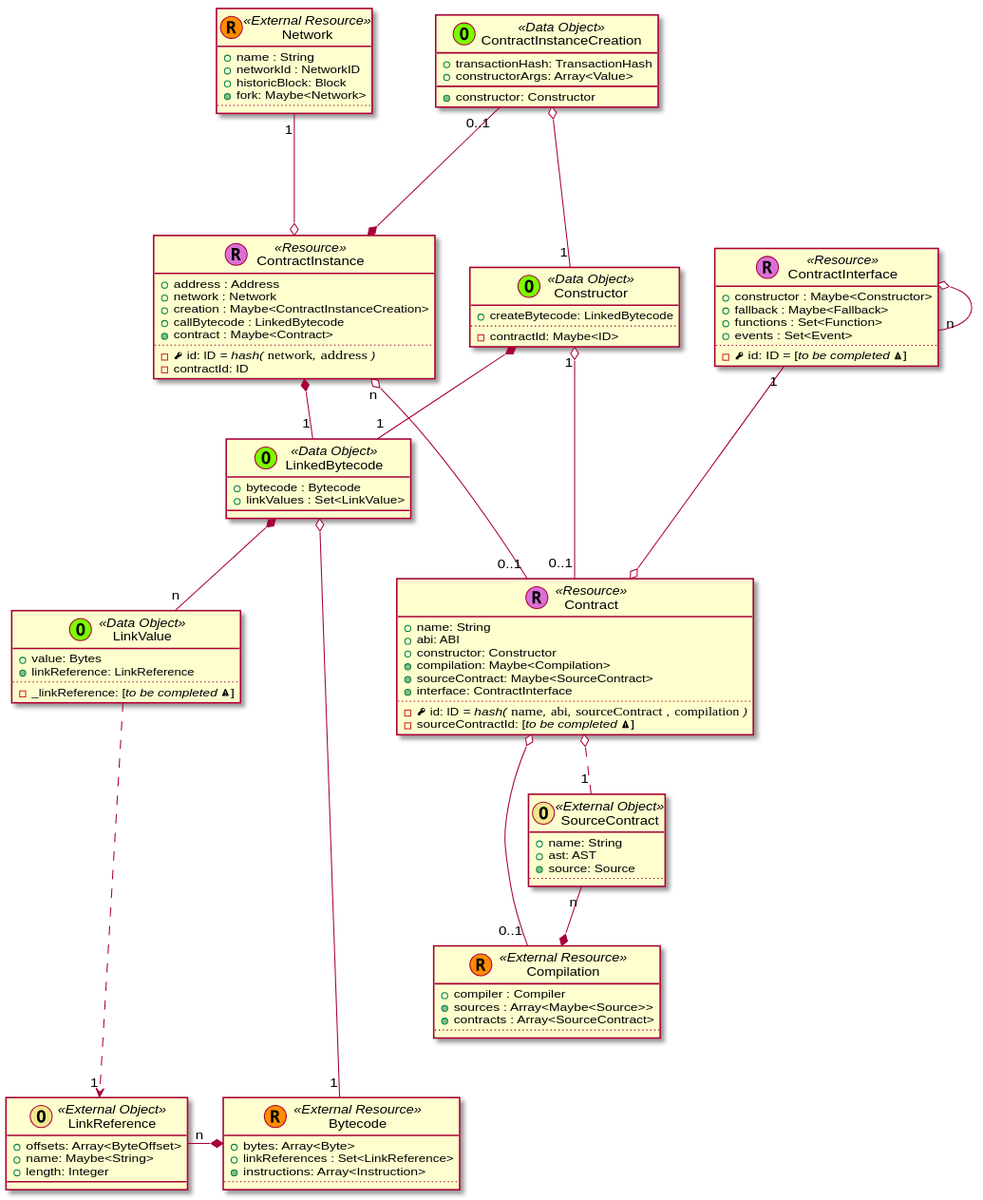
The PlantUML diagram contrib/trufflesuite/update-constructor/_images/plantuml-e73463bf56cf53955e1b6b8449712d7e1e6c756b.svg in trufflesuite/artifact-updates, before a commit.
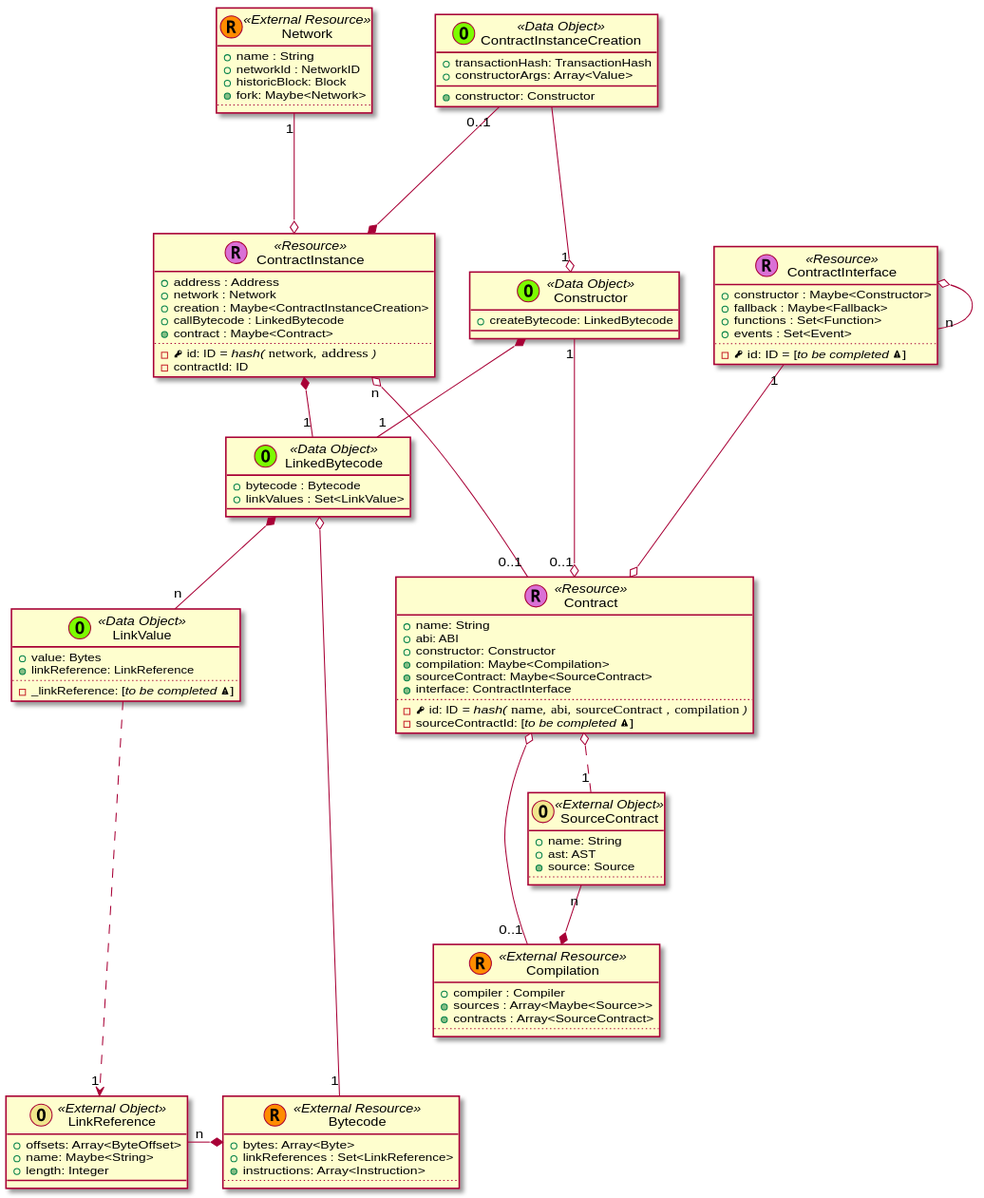
After the change.

Change to the diagram source:
```diff
@@ -50,8 +50,6 @@
 
   class Constructor << (O,lawngreen) Data Object >> {
     + createBytecode: LinkedBytecode
-    ..
-    - contractId: Maybe<ID>
   }
 
 
@@ -132,7 +130,7 @@
 
   ContractInstance "n" o--- "0..1" Contract
 
-  Constructor "1" o--- "0..1" Contract
+  Constructor "1" ---o "0..1" Contract
 
   ContractInterface "1" ---o Contract
 
@@ -152,7 +150,7 @@
 
   Network "1" ---o ContractInstance
 
-  ContractInstanceCreation o-- "1" Constructor
+  ContractInstanceCreation --o "1" Constructor
 
   ContractInstance *-- "1" LinkedBytecode
 
```
